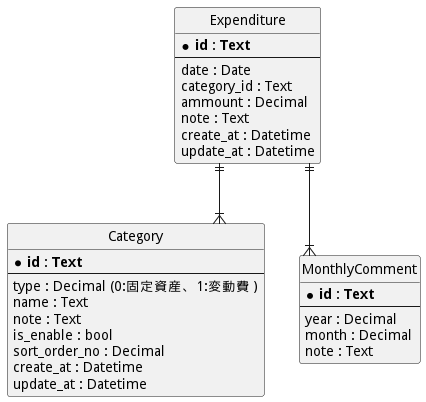
This is Document/entity_relationship_diagram.png from MasayukiFukada/ExpenditureBook, a PlantUML export, as it was before one commit.
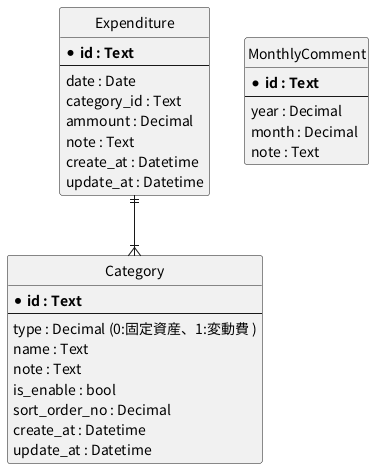
Later version of the same file.

Diff of the diagram source:
```diff
@@ -35,6 +35,5 @@
 }
 
 exp ||--|{ cat
-exp ||--|{ cmt
 
 @enduml
```
